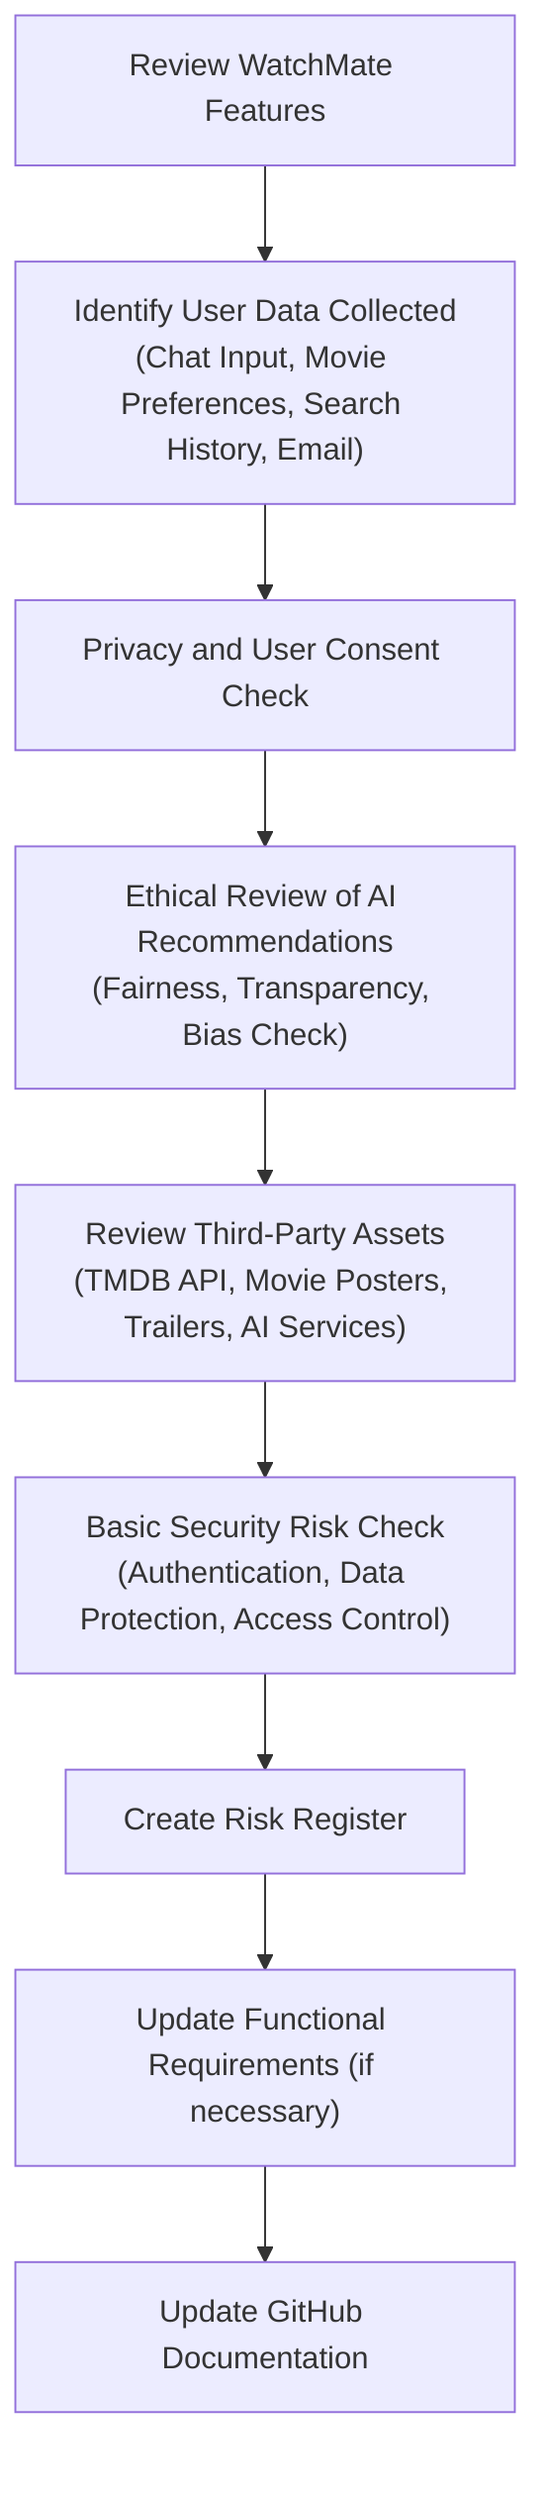
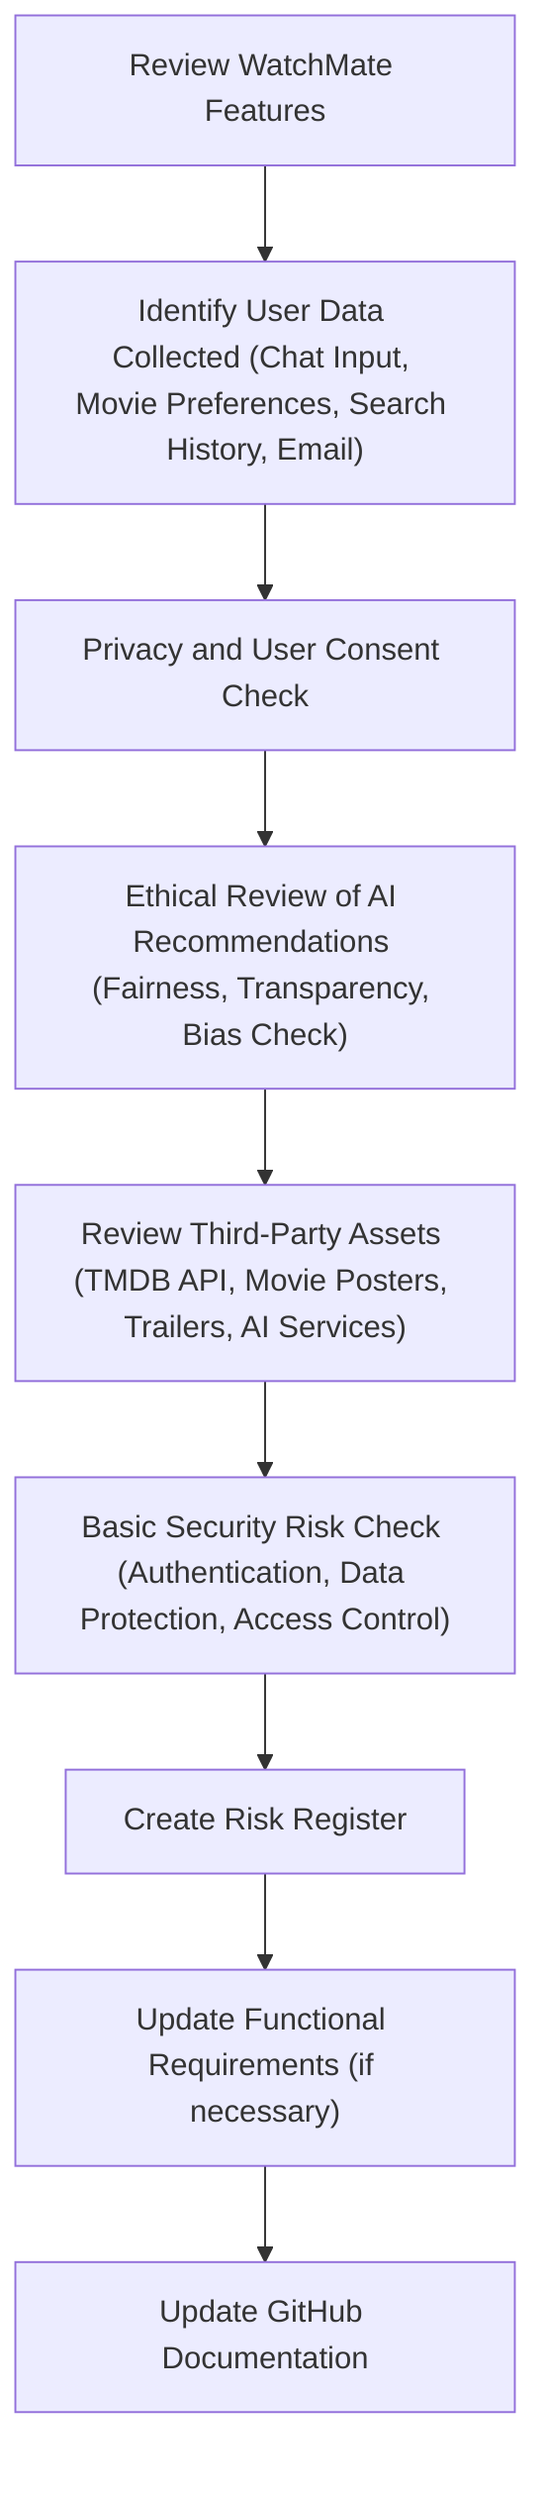
flowchart TD

A["Review WatchMate Features"]

- B["Identify User Data Collected
- (Chat Input, Movie Preferences, Search History, Email)"]
+ B["Identify User Data Collected (Chat Input, Movie Preferences, Search History, Email)"]

C["Privacy and User Consent Check"]

- D["Ethical Review of AI Recommendations
- (Fairness, Transparency, Bias Check)"]
+ D["Ethical Review of AI Recommendations (Fairness, Transparency, Bias Check)"]

- E["Review Third-Party Assets
- (TMDB API, Movie Posters, Trailers, AI Services)"]
+ E["Review Third-Party Assets (TMDB API, Movie Posters, Trailers, AI Services)"]

- F["Basic Security Risk Check
- (Authentication, Data Protection, Access Control)"]
+ F["Basic Security Risk Check (Authentication, Data Protection, Access Control)"]

G["Create Risk Register"]

H["Update Functional Requirements (if necessary)"]

I["Update GitHub Documentation"]

A --> B
B --> C
C --> D
D --> E
E --> F
F --> G
G --> H
H --> I
